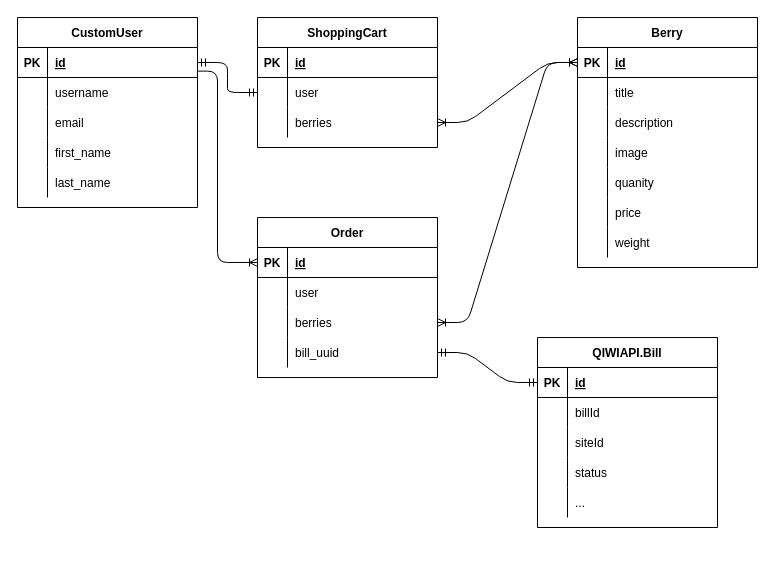
Earlier version of the draw.io diagram web-api/db.dio (Egor4ik325/anyberry). Source tidied: cells renumbered, new cells numbered last; positions are measured from the earlier drawing's top-left corner, leaving out a move shared by most shapes. Both pictures are drawn from the tidied source at 100%, with x=0, y=0 at pixel (17, 17).
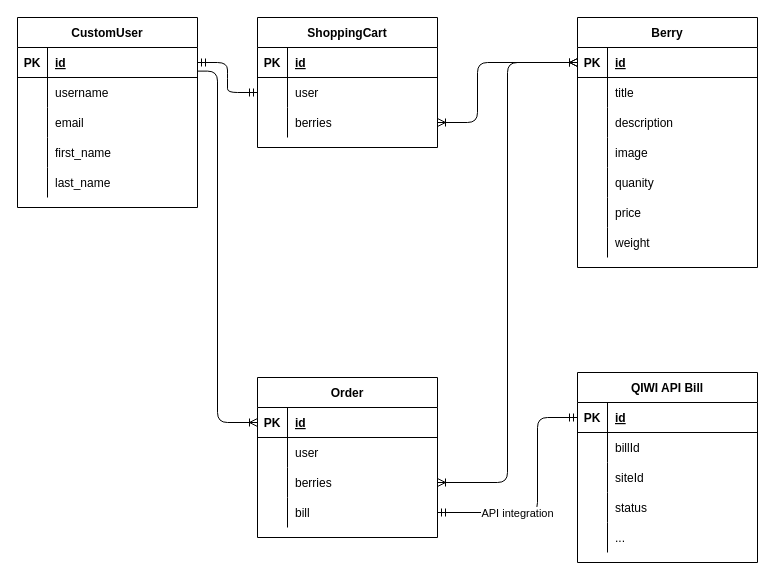
The same diagram, later.

Commit message (it also covers changes not shown here):
Add bill invoicing on order create (sync)

The change refers to these unchanged cells:
```xml
<mxCell id="19" style="shape=partialRectangle;fillColor=none;top=0;left=0;bottom=1;right=0;points=[[0,0.5],[1,0.5]];portConstraint=eastwest;" parent="18" vertex="1">
  <mxGeometry y="30" width="180" height="30" as="geometry" />
</mxCell>
<mxCell id="47" style="shape=partialRectangle;fillColor=none;top=0;left=0;bottom=0;right=0;points=[[0,0.5],[1,0.5]];portConstraint=eastwest;" parent="40" vertex="1">
  <mxGeometry y="90" width="180" height="30" as="geometry" />
</mxCell>
<mxCell id="59" style="shape=partialRectangle;fillColor=none;top=0;left=0;bottom=0;right=0;points=[[0,0.5],[1,0.5]];portConstraint=eastwest;" parent="52" vertex="1">
  <mxGeometry y="90" width="180" height="30" as="geometry" />
</mxCell>
<mxCell id="62" style="shape=partialRectangle;fillColor=none;top=0;left=0;bottom=0;right=0;points=[[0,0.5],[1,0.5]];portConstraint=eastwest;" parent="52" vertex="1">
  <mxGeometry y="120" width="180" height="30" as="geometry" />
</mxCell>
<mxCell id="69" style="shape=partialRectangle;fillColor=none;top=0;left=0;bottom=1;right=0;points=[[0,0.5],[1,0.5]];portConstraint=eastwest;" parent="68" vertex="1">
  <mxGeometry y="30" width="180" height="30" as="geometry" />
</mxCell>
```

What changed in the source:
```diff
@@
-    <mxCell id="51" style="edgeStyle=entityRelationEdgeStyle;fontSize=12;html=1;endArrow=ERoneToMany;startArrow=ERoneToMany;entryX=0;entryY=0.5;entryDx=0;entryDy=0;exitX=1;exitY=0.5;exitDx=0;exitDy=0;" parent="1" edge="1" source="47" target="19">
-      <mxGeometry relative="1" as="geometry" />
+    <mxCell id="51" style="edgeStyle=elbowEdgeStyle;fontSize=12;html=1;endArrow=ERoneToMany;startArrow=ERoneToMany;entryX=0;entryY=0.5;entryDx=0;entryDy=0;exitX=1;exitY=0.5;exitDx=0;exitDy=0;" parent="1" edge="1" source="47" target="19">
+      <mxGeometry relative="1" as="geometry">
+        <Array as="points">
+          <mxPoint x="460" y="80" />
+        </Array>
+      </mxGeometry>
     </mxCell>
     <mxCell id="52" value="Order" style="shape=table;startSize=30;childLayout=tableLayout;rowLines=0;fontStyle=1;align=center;" parent="1" vertex="1">
-      <mxGeometry x="240" y="200" width="180" height="160" as="geometry" />
+      <mxGeometry x="240" y="360" width="180" height="160" as="geometry" />
     </mxCell>
@@
-    <mxCell id="64" value="bill_uuid" style="shape=partialRectangle;fillColor=none;top=0;left=0;bottom=0;right=0;align=left;spacingLeft=6;overflow=hidden;" parent="62" vertex="1">
+    <mxCell id="64" value="bill" style="shape=partialRectangle;fillColor=none;top=0;left=0;bottom=0;right=0;align=left;spacingLeft=6;overflow=hidden;" parent="62" vertex="1">
       <mxGeometry x="30" width="150" height="30" as="geometry" />
     </mxCell>
-    <mxCell id="65" style="edgeStyle=entityRelationEdgeStyle;fontSize=12;html=1;endArrow=ERmandOne;startArrow=ERmandOne;exitX=1;exitY=0.5;exitDx=0;exitDy=0;entryX=0;entryY=0.5;entryDx=0;entryDy=0;" parent="1" edge="1" source="62" target="69">
-      <mxGeometry relative="1" as="geometry" />
+    <mxCell id="65" style="edgeStyle=elbowEdgeStyle;fontSize=12;html=1;endArrow=ERmandOne;startArrow=ERmandOne;exitX=1;exitY=0.5;exitDx=0;exitDy=0;entryX=0;entryY=0.5;entryDx=0;entryDy=0;" parent="1" edge="1" source="62" target="69">
+      <mxGeometry relative="1" as="geometry">
+        <Array as="points">
+          <mxPoint x="520" y="450" />
+        </Array>
+      </mxGeometry>
     </mxCell>
+    <mxCell id="84" value="API integration" style="edgeLabel;html=1;align=center;verticalAlign=middle;" parent="65" vertex="1">
+      <mxGeometry x="-0.23" y="-1" relative="1" as="geometry">
+        <mxPoint x="-11" y="-1" as="offset" />
+      </mxGeometry>
+    </mxCell>
-    <mxCell id="66" style="edgeStyle=entityRelationEdgeStyle;fontSize=12;html=1;endArrow=ERoneToMany;startArrow=ERoneToMany;entryX=0;entryY=0.5;entryDx=0;entryDy=0;exitX=1;exitY=0.5;exitDx=0;exitDy=0;" parent="1" edge="1" source="59" target="19">
+    <mxCell id="66" style="edgeStyle=elbowEdgeStyle;fontSize=12;html=1;endArrow=ERoneToMany;startArrow=ERoneToMany;entryX=0;entryY=0.5;entryDx=0;entryDy=0;exitX=1;exitY=0.5;exitDx=0;exitDy=0;" parent="1" edge="1" source="59" target="19">
       <mxGeometry relative="1" as="geometry" />
     </mxCell>
@@
-    <mxCell id="68" value="QIWIAPI.Bill" style="shape=table;startSize=30;childLayout=tableLayout;rowLines=0;fontStyle=1;align=center;" parent="1" vertex="1">
-      <mxGeometry x="520" y="320" width="180" height="190" as="geometry" />
+    <mxCell id="68" value="QIWI API Bill" style="shape=table;startSize=30;childLayout=tableLayout;rowLines=0;fontStyle=1;align=center;" parent="1" vertex="1">
+      <mxGeometry x="560" y="355" width="180" height="190" as="geometry" />
     </mxCell>
```
